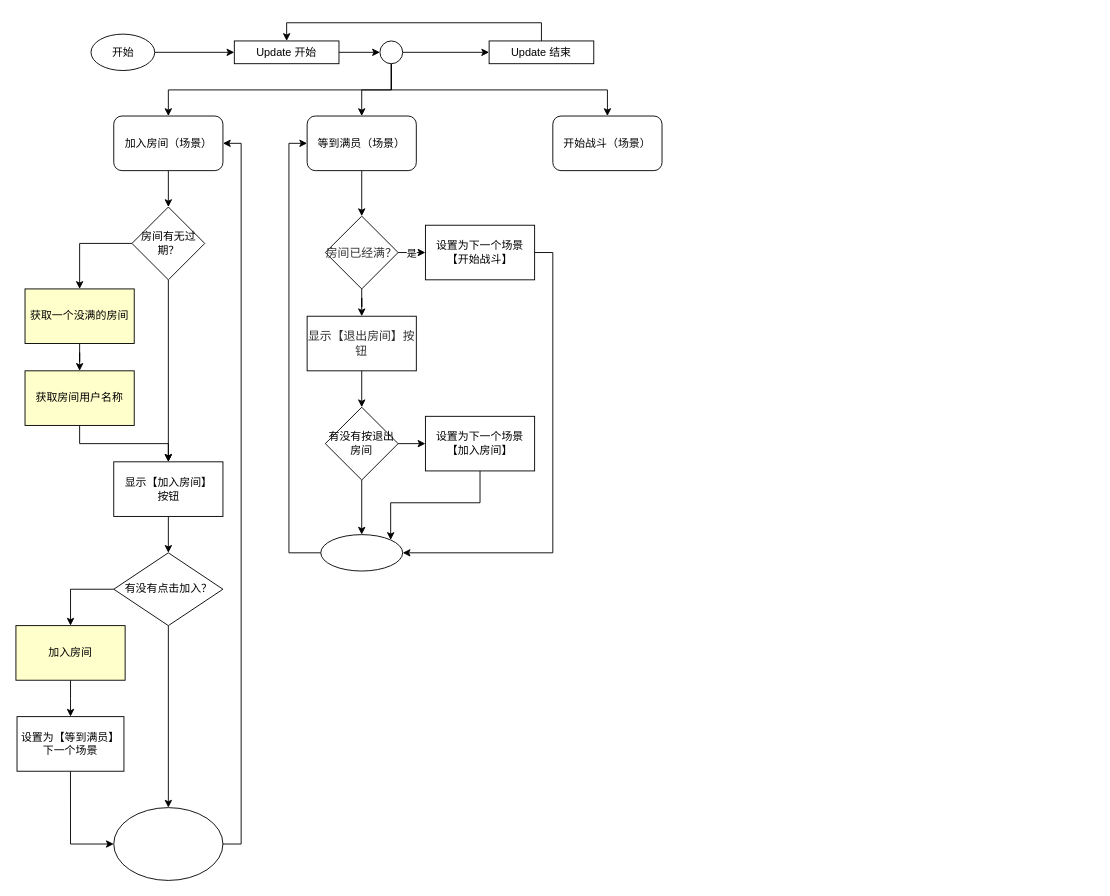
Before: Untitled Diagram.drawio in peterSZW/ebdemo, a draw.io diagram. Source tidied: cells renumbered, new cells numbered last; positions are measured from the earlier drawing's top-left corner, leaving out a move shared by most shapes. Both pictures are drawn from the tidied source at 91%, with x=0, y=0 at pixel (15, 34).
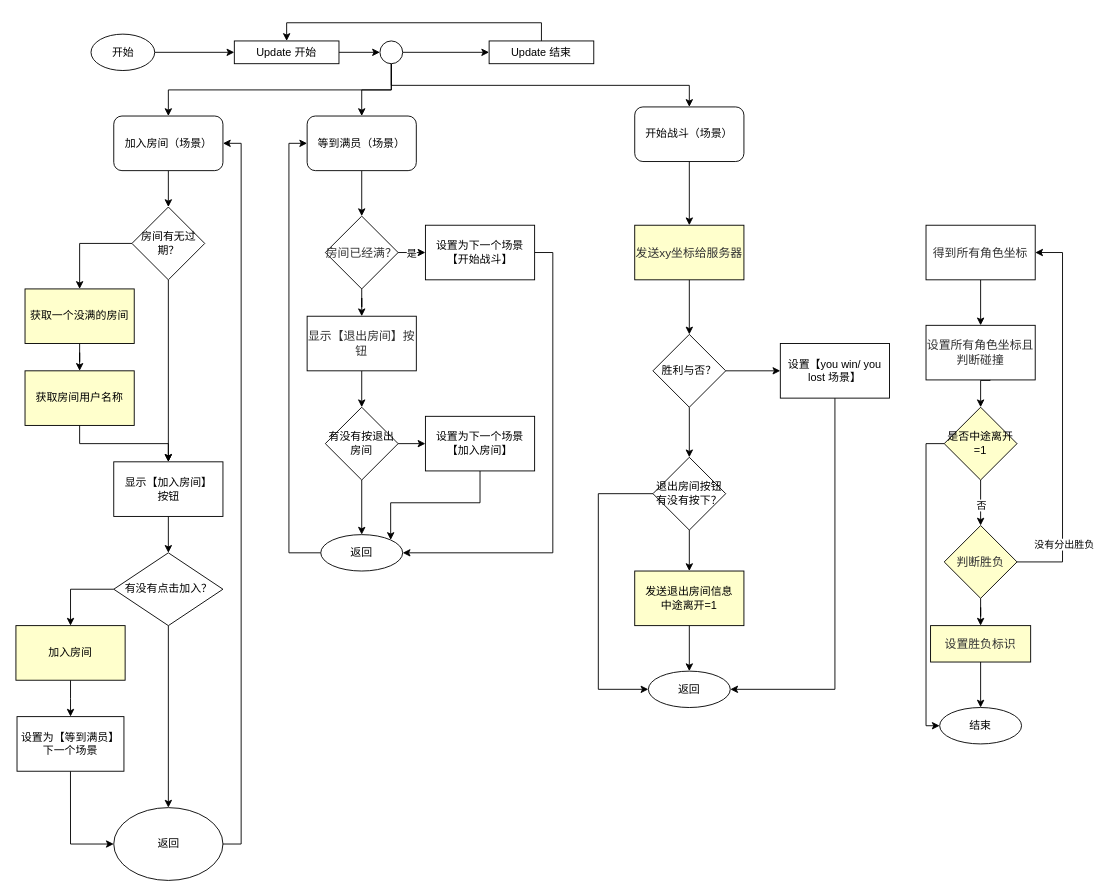
Above is the later version.

Diff of the diagram source:
```diff
@@
-    <mxCell id="34" style="ellipse;whiteSpace=wrap;html=1;" parent="1" vertex="1">
+    <mxCell id="34" value="返回" style="ellipse;whiteSpace=wrap;html=1;" parent="1" vertex="1">
       <mxGeometry x="107.5" y="850" width="120" height="80" as="geometry" />
     </mxCell>
@@
+    <mxCell id="51" style="edgeStyle=orthogonalEdgeStyle;rounded=0;jettySize=auto;html=1;" parent="1" edge="1" source="41" target="53">
+      <mxGeometry relative="1" as="geometry" />
+    </mxCell>
     <mxCell id="41" value="开始战斗（场景）" style="rounded=1;whiteSpace=wrap;html=1;" parent="1" vertex="1">
-      <mxGeometry x="590" y="90" width="120" height="60" as="geometry" />
+      <mxGeometry x="680" y="80" width="120" height="60" as="geometry" />
     </mxCell>
@@
-    <mxCell id="48" style="ellipse;whiteSpace=wrap;html=1;" parent="1" vertex="1">
+    <mxCell id="48" value="返回" style="ellipse;whiteSpace=wrap;html=1;" parent="1" vertex="1">
       <mxGeometry x="335" y="550" width="90" height="40" as="geometry" />
     </mxCell>
@@
+    <mxCell id="52" style="edgeStyle=orthogonalEdgeStyle;rounded=0;jettySize=auto;html=1;" parent="1" edge="1" source="53" target="56">
+      <mxGeometry relative="1" as="geometry" />
+    </mxCell>
+    <mxCell id="53" value="&lt;span style=&quot;color: rgb(50 , 50 , 50) ; font-size: 13px ; background-color: rgba(255 , 255 , 255 , 0.01)&quot;&gt;发送xy坐标给服务器&lt;/span&gt;" style="rounded=0;whiteSpace=wrap;html=1;fillColor=#FFFFCC;" parent="1" vertex="1">
+      <mxGeometry x="680" y="210" width="120" height="60" as="geometry" />
+    </mxCell>
+    <mxCell id="54" style="edgeStyle=orthogonalEdgeStyle;rounded=0;jettySize=auto;html=1;" parent="1" edge="1" source="56" target="76">
+      <mxGeometry relative="1" as="geometry" />
+    </mxCell>
+    <mxCell id="55" style="edgeStyle=orthogonalEdgeStyle;rounded=0;jettySize=auto;html=1;" parent="1" edge="1" source="56" target="79">
+      <mxGeometry relative="1" as="geometry" />
+    </mxCell>
+    <mxCell id="56" value="胜利与否？" style="rhombus;whiteSpace=wrap;html=1;" parent="1" vertex="1">
+      <mxGeometry x="700" y="330" width="80" height="80" as="geometry" />
+    </mxCell>
+    <mxCell id="57" style="edgeStyle=orthogonalEdgeStyle;rounded=0;jettySize=auto;html=1;" parent="1" edge="1" source="58" target="60">
+      <mxGeometry relative="1" as="geometry" />
+    </mxCell>
+    <mxCell id="58" value="&lt;span style=&quot;color: rgb(50 , 50 , 50) ; font-size: 13px ; background-color: rgba(255 , 255 , 255 , 0.01)&quot;&gt;得到所有角色坐标&lt;/span&gt;" style="rounded=0;whiteSpace=wrap;html=1;" parent="1" vertex="1">
+      <mxGeometry x="1000.1" y="210" width="120" height="60" as="geometry" />
+    </mxCell>
+    <mxCell id="59" style="edgeStyle=orthogonalEdgeStyle;rounded=0;jettySize=auto;html=1;" parent="1" edge="1" target="72">
+      <mxGeometry relative="1" as="geometry">
+        <mxPoint x="1070.1" y="350" as="sourcePoint" />
+      </mxGeometry>
+    </mxCell>
+    <mxCell id="60" value="&lt;span style=&quot;color: rgb(50 , 50 , 50) ; font-size: 13px ; background-color: rgba(255 , 255 , 255 , 0.01)&quot;&gt;设置所有角色坐标且判断碰撞&lt;/span&gt;" style="whiteSpace=wrap;html=1;rounded=0;" parent="1" vertex="1">
+      <mxGeometry x="1000.1" y="320" width="120" height="60" as="geometry" />
+    </mxCell>
+    <mxCell id="61" style="edgeStyle=orthogonalEdgeStyle;rounded=0;jettySize=auto;html=1;" parent="1" edge="1" source="64" target="66">
+      <mxGeometry relative="1" as="geometry" />
+    </mxCell>
+    <mxCell id="62" style="edgeStyle=orthogonalEdgeStyle;rounded=0;jettySize=auto;html=1;exitX=1;exitY=0.5;exitDx=0;exitDy=0;entryX=1;entryY=0.5;entryDx=0;entryDy=0;" parent="1" edge="1" source="64" target="58">
+      <mxGeometry relative="1" as="geometry">
+        <Array as="points">
+          <mxPoint x="1150.1" y="580" />
+          <mxPoint x="1150.1" y="240" />
+        </Array>
+      </mxGeometry>
+    </mxCell>
+    <mxCell id="63" value="没有分出胜负" style="edgeLabel;html=1;align=center;verticalAlign=middle;" parent="62" vertex="1">
+      <mxGeometry x="-0.85" relative="1" as="geometry">
+        <mxPoint x="19" y="-20" as="offset" />
+      </mxGeometry>
+    </mxCell>
+    <mxCell id="64" value="&lt;span style=&quot;color: rgb(50 , 50 , 50) ; font-size: 13px ; background-color: rgba(255 , 255 , 255 , 0.01)&quot;&gt;判断胜负&lt;/span&gt;" style="rhombus;whiteSpace=wrap;html=1;fillColor=#FFFFCC;" parent="1" vertex="1">
+      <mxGeometry x="1020.1" y="540" width="80" height="80" as="geometry" />
+    </mxCell>
+    <mxCell id="65" style="edgeStyle=orthogonalEdgeStyle;rounded=0;jettySize=auto;html=1;" parent="1" edge="1" source="66" target="73">
+      <mxGeometry relative="1" as="geometry" />
+    </mxCell>
+    <mxCell id="66" value="&lt;span style=&quot;color: rgb(50 , 50 , 50) ; font-size: 13px ; background-color: rgba(255 , 255 , 255 , 0.01)&quot;&gt;设置胜负标识&lt;/span&gt;" style="whiteSpace=wrap;html=1;fillColor=#FFFFCC;" parent="1" vertex="1">
+      <mxGeometry x="1005.1" y="650" width="110" height="40" as="geometry" />
+    </mxCell>
+    <mxCell id="67" style="edgeStyle=orthogonalEdgeStyle;rounded=0;jettySize=auto;html=1;" parent="1" edge="1" source="68" target="77">
+      <mxGeometry relative="1" as="geometry" />
+    </mxCell>
+    <mxCell id="68" value="发送退出房间信息&lt;br&gt;中途离开=1" style="rounded=0;whiteSpace=wrap;html=1;fillColor=#FFFFCC;" parent="1" vertex="1">
+      <mxGeometry x="680" y="590" width="120" height="60" as="geometry" />
+    </mxCell>
+    <mxCell id="69" style="edgeStyle=orthogonalEdgeStyle;rounded=0;jettySize=auto;html=1;" parent="1" edge="1" source="72" target="64">
+      <mxGeometry relative="1" as="geometry" />
+    </mxCell>
+    <mxCell id="70" value="否" style="edgeLabel;html=1;align=center;verticalAlign=middle;" parent="69" vertex="1">
+      <mxGeometry x="-0.45" y="2" relative="1" as="geometry">
+        <mxPoint x="-2" y="13" as="offset" />
+      </mxGeometry>
+    </mxCell>
+    <mxCell id="71" style="edgeStyle=orthogonalEdgeStyle;rounded=0;jettySize=auto;html=1;exitX=0;exitY=0.5;exitDx=0;exitDy=0;entryX=0;entryY=0.5;entryDx=0;entryDy=0;" parent="1" edge="1" source="72" target="73">
+      <mxGeometry relative="1" as="geometry" />
+    </mxCell>
+    <mxCell id="72" value="是否中途离开=1" style="rhombus;whiteSpace=wrap;html=1;fillColor=#FFFFCC;" parent="1" vertex="1">
+      <mxGeometry x="1020.1" y="410" width="80" height="80" as="geometry" />
+    </mxCell>
+    <mxCell id="73" value="结束" style="ellipse;whiteSpace=wrap;html=1;" parent="1" vertex="1">
+      <mxGeometry x="1015.1" y="740" width="90" height="40" as="geometry" />
+    </mxCell>
+    <mxCell id="74" style="edgeStyle=orthogonalEdgeStyle;rounded=0;jettySize=auto;html=1;" parent="1" edge="1" source="76" target="68">
+      <mxGeometry relative="1" as="geometry" />
+    </mxCell>
+    <mxCell id="75" style="edgeStyle=orthogonalEdgeStyle;rounded=0;jettySize=auto;html=1;exitX=0;exitY=0.5;exitDx=0;exitDy=0;entryX=0;entryY=0.5;entryDx=0;entryDy=0;" parent="1" edge="1" source="76" target="77">
+      <mxGeometry relative="1" as="geometry">
+        <Array as="points">
+          <mxPoint x="640" y="505" />
+          <mxPoint x="640" y="720" />
+        </Array>
+      </mxGeometry>
+    </mxCell>
+    <mxCell id="76" value="退出房间按钮有没有按下？" style="rhombus;whiteSpace=wrap;html=1;" parent="1" vertex="1">
+      <mxGeometry x="700" y="465" width="80" height="80" as="geometry" />
+    </mxCell>
+    <mxCell id="77" value="返回" style="ellipse;whiteSpace=wrap;html=1;" parent="1" vertex="1">
+      <mxGeometry x="695" y="700" width="90" height="40" as="geometry" />
+    </mxCell>
+    <mxCell id="78" style="edgeStyle=orthogonalEdgeStyle;rounded=0;jettySize=auto;html=1;exitX=0.5;exitY=1;exitDx=0;exitDy=0;entryX=1;entryY=0.5;entryDx=0;entryDy=0;" parent="1" edge="1" source="79" target="77">
+      <mxGeometry relative="1" as="geometry" />
+    </mxCell>
+    <mxCell id="79" value="设置【you win/ you lost 场景】" style="whiteSpace=wrap;html=1;" parent="1" vertex="1">
+      <mxGeometry x="840" y="340" width="120" height="60" as="geometry" />
+    </mxCell>
```
